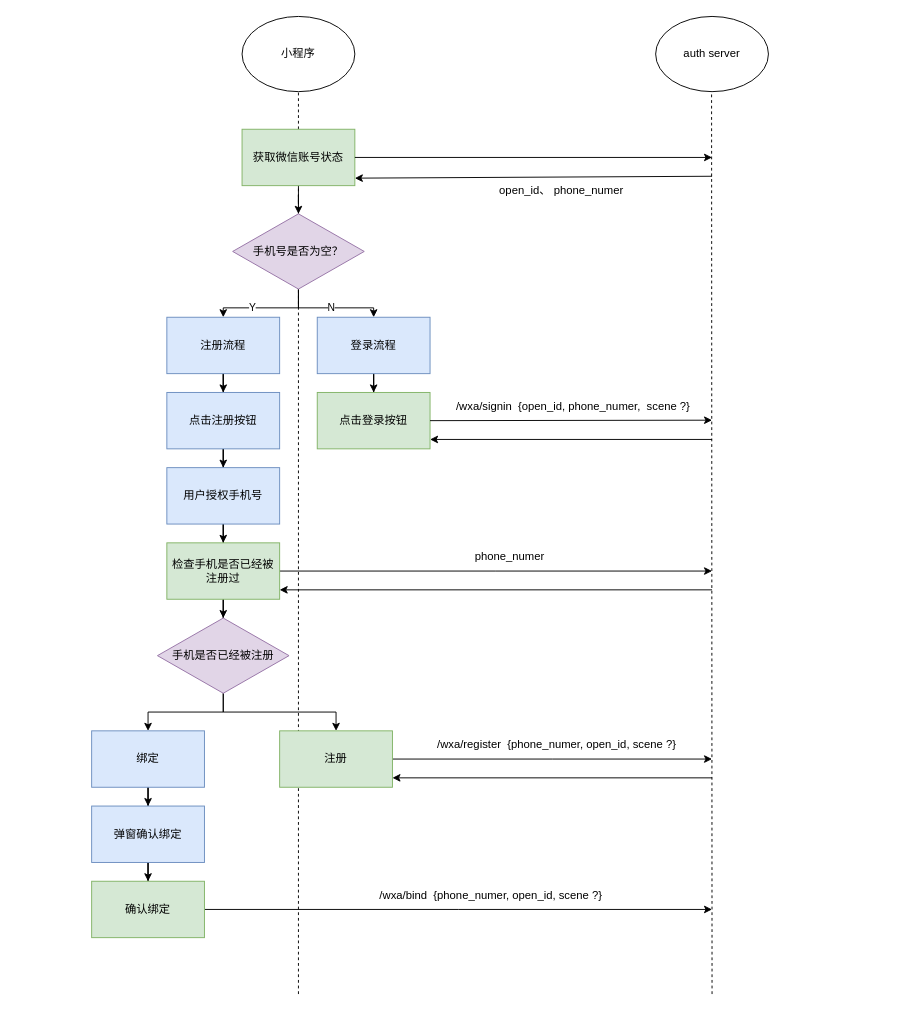
The draw.io diagram 小程序.drawio in inkn/drawio, before the edit. Source tidied: cells renumbered, new cells numbered last; positions are measured from the earlier drawing's top-left corner, leaving out a move shared by most shapes. Both pictures are drawn from the tidied source at 94%, with x=0, y=0 at pixel (91, 16).
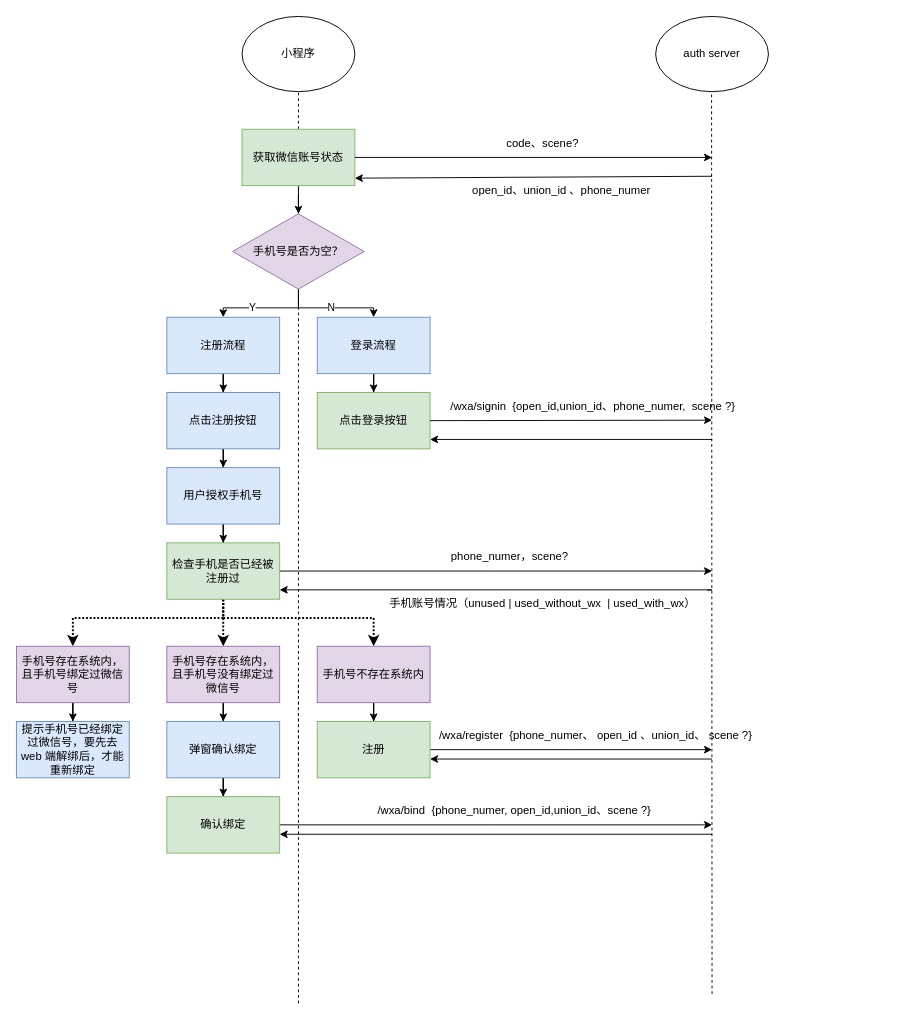
The same diagram, later.

Commit message (it also covers changes not shown here):
更新小程序.drawio

Unchanged cells that the change refers to:
```xml
<mxCell id="28" value="检查手机是否已经被注册过" style="rounded=0;whiteSpace=wrap;html=1;fillColor=#d5e8d4;strokeColor=#82b366;" parent="1" vertex="1">
  <mxGeometry x="80" y="560" width="120" height="60" as="geometry" />
</mxCell>
```

Change to the diagram source:
```diff
@@
-    <mxCell id="10" value="open_id、 phone_numer" style="text;html=1;strokeColor=none;fillColor=none;align=center;verticalAlign=middle;whiteSpace=wrap;rounded=0;" parent="1" vertex="1">
+    <mxCell id="10" value="open_id、union_id 、&lt;span style=&quot;background-color: initial;&quot;&gt;phone_numer&lt;/span&gt;" style="text;html=1;strokeColor=none;fillColor=none;align=center;verticalAlign=middle;whiteSpace=wrap;rounded=0;" parent="1" vertex="1">
       <mxGeometry x="400" y="170" width="200" height="30" as="geometry" />
     </mxCell>
@@
-    <mxCell id="21" value="/wxa/signin&amp;nbsp; {open_id, phone_numer,&amp;nbsp;&amp;nbsp;scene ?}" style="text;html=1;strokeColor=none;fillColor=none;align=center;verticalAlign=middle;whiteSpace=wrap;rounded=0;" parent="1" vertex="1">
-      <mxGeometry x="350" y="400" width="325" height="30" as="geometry" />
+    <mxCell id="21" value="/wxa/signin&amp;nbsp; {open_id,&lt;span style=&quot;text-align: center;&quot;&gt;union_id、&lt;/span&gt;phone_numer,&amp;nbsp;&amp;nbsp;scene ?}" style="text;html=1;strokeColor=none;fillColor=none;align=left;verticalAlign=middle;whiteSpace=wrap;rounded=0;" parent="1" vertex="1">
+      <mxGeometry x="380" y="400" width="480" height="30" as="geometry" />
     </mxCell>
@@
-    <mxCell id="27" style="edgeStyle=orthogonalEdgeStyle;rounded=0;jettySize=auto;html=1;" parent="1" edge="1" source="28" target="33">
-      <mxGeometry relative="1" as="geometry" />
-    </mxCell>
+    <mxCell id="47" style="edgeStyle=orthogonalEdgeStyle;rounded=0;jettySize=auto;html=1;dashed=1;dashPattern=1 1;strokeWidth=2;" parent="1" edge="1" source="28" target="52">
+      <mxGeometry relative="1" as="geometry">
+        <Array as="points">
+          <mxPoint x="140" y="640" />
+          <mxPoint x="-20" y="640" />
+        </Array>
+      </mxGeometry>
+    </mxCell>
+    <mxCell id="48" style="edgeStyle=orthogonalEdgeStyle;rounded=0;jettySize=auto;html=1;dashed=1;dashPattern=1 1;strokeWidth=2;" parent="1" edge="1" source="28" target="35">
+      <mxGeometry relative="1" as="geometry" />
+    </mxCell>
+    <mxCell id="49" style="edgeStyle=orthogonalEdgeStyle;rounded=0;jettySize=auto;html=1;strokeWidth=2;dashed=1;dashPattern=1 1;" parent="1" edge="1" source="28" target="38">
+      <mxGeometry relative="1" as="geometry">
+        <Array as="points">
+          <mxPoint x="140" y="640" />
+          <mxPoint x="300" y="640" />
+        </Array>
+      </mxGeometry>
+    </mxCell>
@@
-    <mxCell id="30" style="endArrow=classic;html=1;rounded=0;" parent="1" edge="1">
+    <mxCell id="30" style="endArrow=classic;html=1;rounded=0;startArrow=none;" parent="1" edge="1">
       <mxGeometry relative="1" as="geometry">
         <mxPoint x="660" y="610" as="sourcePoint" />
         <mxPoint x="200" y="610" as="targetPoint" />
       </mxGeometry>
     </mxCell>
-    <mxCell id="31" style="edgeStyle=orthogonalEdgeStyle;rounded=0;jettySize=auto;html=1;entryX=0.5;entryY=0;entryDx=0;entryDy=0;" parent="1" edge="1" source="33" target="35">
-      <mxGeometry relative="1" as="geometry" />
-    </mxCell>
-    <mxCell id="32" style="edgeStyle=orthogonalEdgeStyle;rounded=0;jettySize=auto;html=1;" parent="1" edge="1" source="33" target="38">
-      <mxGeometry relative="1" as="geometry" />
-    </mxCell>
-    <mxCell id="33" value="手机是否已经被注册" style="rhombus;whiteSpace=wrap;html=1;fillColor=#e1d5e7;strokeColor=#9673a6;" parent="1" vertex="1">
-      <mxGeometry x="70" y="640" width="140" height="80" as="geometry" />
-    </mxCell>
@@
-    <mxCell id="35" value="绑定" style="rounded=0;whiteSpace=wrap;html=1;fillColor=#dae8fc;strokeColor=#6c8ebf;" parent="1" vertex="1">
-      <mxGeometry y="760" width="120" height="60" as="geometry" />
+    <mxCell id="35" value="手机号存在系统内，且手机号没有绑定过微信号" style="rounded=0;whiteSpace=wrap;html=1;fillColor=#e1d5e7;strokeColor=#9673a6;" parent="1" vertex="1">
+      <mxGeometry x="80" y="670" width="120" height="60" as="geometry" />
     </mxCell>
     <mxCell id="36" style="endArrow=none;dashed=1;html=1;rounded=0;entryX=0.5;entryY=1;entryDx=0;entryDy=0;" parent="1" edge="1">
       <mxGeometry relative="1" as="geometry">
-        <mxPoint x="220" y="1040" as="sourcePoint" />
-        <mxPoint x="220" y="800" as="targetPoint" />
+        <mxPoint x="220" y="1050" as="sourcePoint" />
+        <mxPoint x="220" y="710" as="targetPoint" />
       </mxGeometry>
     </mxCell>
-    <mxCell id="37" style="edgeStyle=orthogonalEdgeStyle;rounded=0;jettySize=auto;html=1;" parent="1" edge="1" source="38">
-      <mxGeometry relative="1" as="geometry">
-        <mxPoint x="660" y="790" as="targetPoint" />
-      </mxGeometry>
-    </mxCell>
+    <mxCell id="50" style="edgeStyle=orthogonalEdgeStyle;rounded=0;jettySize=auto;html=1;strokeWidth=1;" parent="1" edge="1" source="38" target="55">
+      <mxGeometry relative="1" as="geometry" />
+    </mxCell>
-    <mxCell id="38" value="注册" style="rounded=0;whiteSpace=wrap;html=1;fillColor=#d5e8d4;strokeColor=#82b366;" parent="1" vertex="1">
-      <mxGeometry x="200" y="760" width="120" height="60" as="geometry" />
+    <mxCell id="38" value="手机号不存在系统内" style="rounded=0;whiteSpace=wrap;html=1;fillColor=#e1d5e7;strokeColor=#9673a6;" parent="1" vertex="1">
+      <mxGeometry x="240" y="670" width="120" height="60" as="geometry" />
     </mxCell>
@@
     <mxCell id="40" value="弹窗确认绑定" style="rounded=0;whiteSpace=wrap;html=1;fillColor=#dae8fc;strokeColor=#6c8ebf;" parent="1" vertex="1">
-      <mxGeometry y="840" width="120" height="60" as="geometry" />
+      <mxGeometry x="80" y="750" width="120" height="60" as="geometry" />
     </mxCell>
-    <mxCell id="41" value="phone_numer" style="text;html=1;strokeColor=none;fillColor=none;align=center;verticalAlign=middle;whiteSpace=wrap;rounded=0;" parent="1" vertex="1">
+    <mxCell id="41" value="phone_numer，scene?" style="text;html=1;strokeColor=none;fillColor=none;align=center;verticalAlign=middle;whiteSpace=wrap;rounded=0;" parent="1" vertex="1">
       <mxGeometry x="330" y="560" width="230" height="30" as="geometry" />
     </mxCell>
     <mxCell id="42" style="endArrow=classic;html=1;rounded=0;" parent="1" edge="1">
       <mxGeometry relative="1" as="geometry">
-        <mxPoint x="660" y="810" as="sourcePoint" />
-        <mxPoint x="320" y="810" as="targetPoint" />
+        <mxPoint x="660" y="790" as="sourcePoint" />
+        <mxPoint x="360" y="790" as="targetPoint" />
       </mxGeometry>
     </mxCell>
-    <mxCell id="43" value="/wxa/register&amp;nbsp; {phone_numer, open_id, scene ?}" style="text;html=1;strokeColor=none;fillColor=none;align=center;verticalAlign=middle;whiteSpace=wrap;rounded=0;" parent="1" vertex="1">
-      <mxGeometry x="350" y="760" width="290" height="30" as="geometry" />
+    <mxCell id="43" value="/wxa/register&amp;nbsp; {phone_numer、 open_id 、&lt;span style=&quot;text-align: center;&quot;&gt;union_id、&lt;/span&gt;&amp;nbsp;scene ?}" style="text;html=1;strokeColor=none;fillColor=none;align=left;verticalAlign=middle;whiteSpace=wrap;rounded=0;" parent="1" vertex="1">
+      <mxGeometry x="367.5" y="750" width="472.5" height="30" as="geometry" />
     </mxCell>
     <mxCell id="44" style="edgeStyle=orthogonalEdgeStyle;rounded=0;jettySize=auto;html=1;" parent="1" edge="1" source="45">
       <mxGeometry relative="1" as="geometry">
-        <mxPoint x="660" y="950" as="targetPoint" />
+        <mxPoint x="660" y="860" as="targetPoint" />
       </mxGeometry>
     </mxCell>
     <mxCell id="45" value="确认绑定" style="rounded=0;whiteSpace=wrap;html=1;fillColor=#d5e8d4;strokeColor=#82b366;" parent="1" vertex="1">
-      <mxGeometry y="920" width="120" height="60" as="geometry" />
+      <mxGeometry x="80" y="830" width="120" height="60" as="geometry" />
     </mxCell>
-    <mxCell id="46" value="/wxa/bind&amp;nbsp; {phone_numer, open_id, scene ?}" style="text;html=1;strokeColor=none;fillColor=none;align=center;verticalAlign=middle;whiteSpace=wrap;rounded=0;" parent="1" vertex="1">
-      <mxGeometry x="280" y="920" width="290" height="30" as="geometry" />
+    <mxCell id="46" value="/wxa/bind&amp;nbsp; {phone_numer, open_id,union_id、scene ?}" style="text;html=1;strokeColor=none;fillColor=none;align=center;verticalAlign=middle;whiteSpace=wrap;rounded=0;" parent="1" vertex="1">
+      <mxGeometry x="280" y="830" width="340" height="30" as="geometry" />
     </mxCell>
+    <mxCell id="51" style="edgeStyle=orthogonalEdgeStyle;rounded=0;jettySize=auto;html=1;" parent="1" edge="1" source="52" target="53">
+      <mxGeometry relative="1" as="geometry" />
+    </mxCell>
+    <mxCell id="52" value="手机号存在系统内，且手机号绑定过微信号" style="rounded=0;whiteSpace=wrap;html=1;fillColor=#e1d5e7;strokeColor=#9673a6;" parent="1" vertex="1">
+      <mxGeometry x="-80" y="670" width="120" height="60" as="geometry" />
+    </mxCell>
+    <mxCell id="53" value="提示手机号已经绑定过微信号，要先去 web 端解绑后，才能重新绑定" style="rounded=0;whiteSpace=wrap;html=1;fillColor=#dae8fc;strokeColor=#6c8ebf;" parent="1" vertex="1">
+      <mxGeometry x="-80" y="750" width="120" height="60" as="geometry" />
+    </mxCell>
+    <mxCell id="54" style="edgeStyle=orthogonalEdgeStyle;rounded=0;jettySize=auto;html=1;" parent="1" edge="1" source="55">
+      <mxGeometry relative="1" as="geometry">
+        <mxPoint x="660" y="780" as="targetPoint" />
+      </mxGeometry>
+    </mxCell>
+    <mxCell id="55" value="注册" style="rounded=0;whiteSpace=wrap;html=1;fillColor=#d5e8d4;strokeColor=#82b366;" parent="1" vertex="1">
+      <mxGeometry x="240" y="750" width="120" height="60" as="geometry" />
+    </mxCell>
+    <mxCell id="56" value="code、scene?" style="text;html=1;strokeColor=none;fillColor=none;align=center;verticalAlign=middle;whiteSpace=wrap;rounded=0;" parent="1" vertex="1">
+      <mxGeometry x="380" y="120" width="200" height="30" as="geometry" />
+    </mxCell>
+    <mxCell id="57" style="endArrow=classic;html=1;rounded=0;" parent="1" edge="1">
+      <mxGeometry relative="1" as="geometry">
+        <mxPoint x="660" y="870" as="sourcePoint" />
+        <mxPoint x="200" y="870" as="targetPoint" />
+      </mxGeometry>
+    </mxCell>
+    <mxCell id="58" value="手机账号情况（unused | used_without_wx&amp;nbsp; | used_with_wx）" style="text;html=1;strokeColor=none;fillColor=none;align=center;verticalAlign=middle;whiteSpace=wrap;rounded=0;" parent="1" vertex="1">
+      <mxGeometry x="305" y="610" width="350" height="30" as="geometry" />
+    </mxCell>
+    <mxCell id="59" style="endArrow=none;html=1;rounded=0;" parent="1" edge="1" target="58">
+      <mxGeometry relative="1" as="geometry">
+        <mxPoint x="660" y="610" as="sourcePoint" />
+      </mxGeometry>
+    </mxCell>
```
